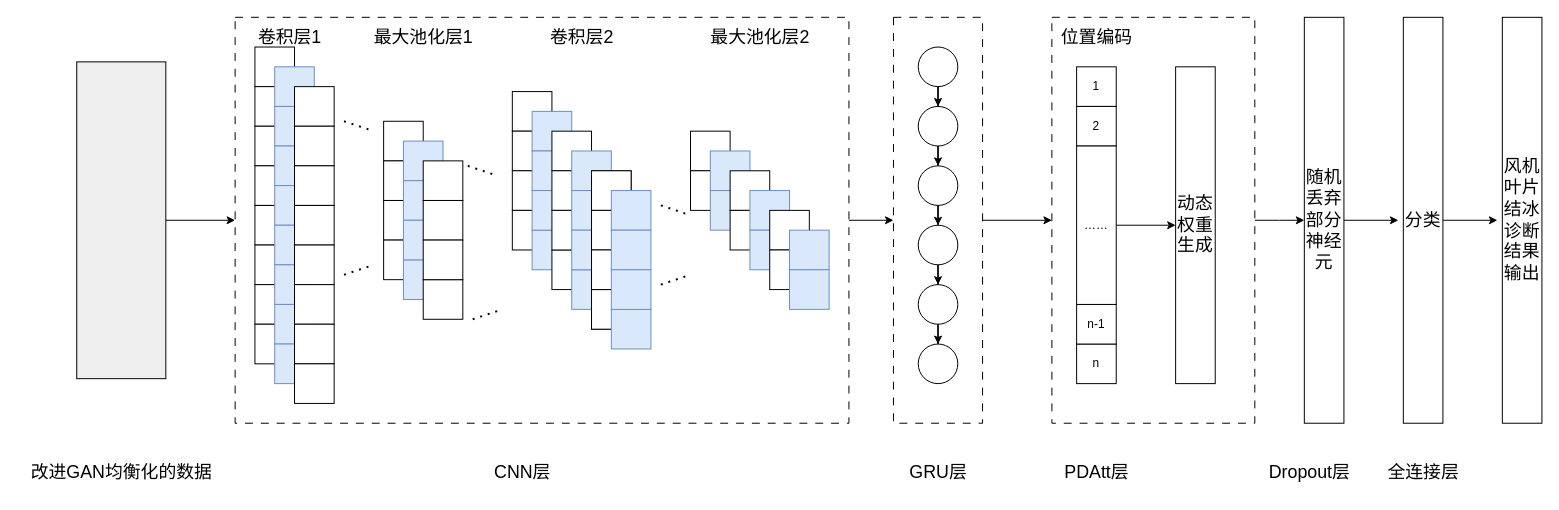
Above: CNN-GRU框架图 20250818.drawio in Abccccd/-2 (draw.io), before the change. Source tidied: cells renumbered, new cells numbered last; positions are measured from the earlier drawing's top-left corner, leaving out a move shared by most shapes. Both pictures are drawn from the tidied source at 99%, with x=0, y=0 at pixel (17, 17).
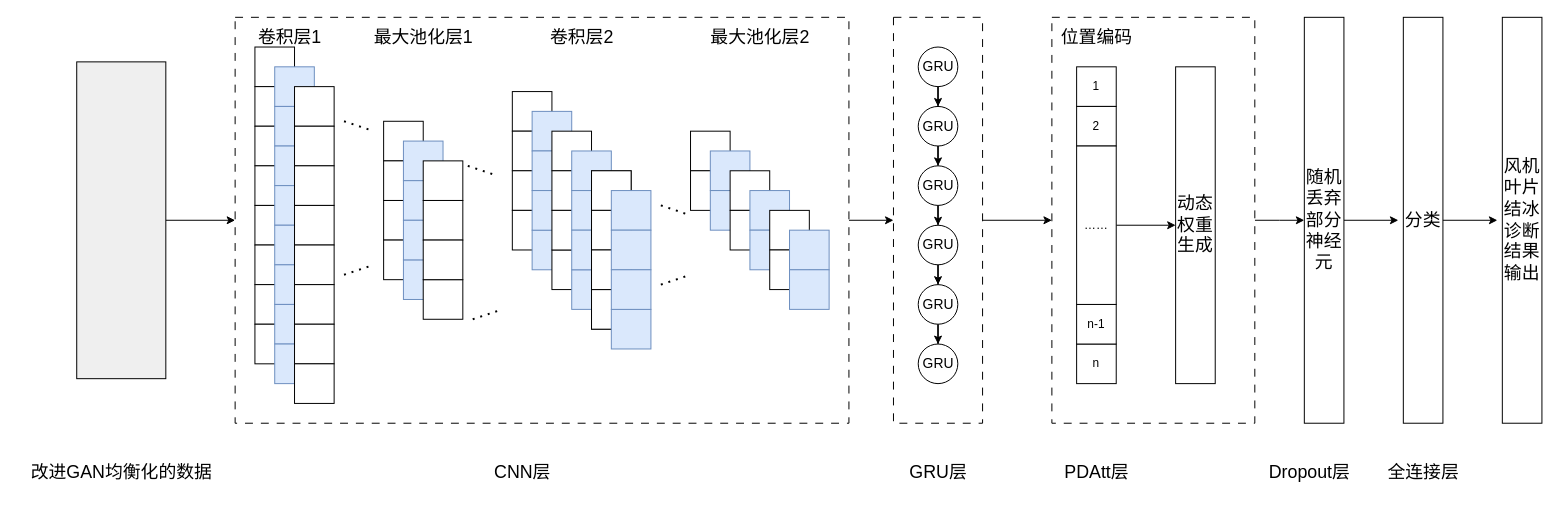
Above is the later version.

Commit message:
更新CNN-GRU框架图 20250818.drawio

What changed in the source:
```diff
@@
+    <mxCell id="130" value="&lt;font style=&quot;font-size: 14px;&quot;&gt;GRU&lt;/font&gt;" style="text;html=1;align=center;verticalAlign=middle;strokeColor=none;fillColor=none;" parent="1" vertex="1">
+      <mxGeometry x="905" y="35" width="50" height="30" as="geometry" />
+    </mxCell>
+    <mxCell id="131" value="&lt;font style=&quot;font-size: 14px;&quot;&gt;GRU&lt;/font&gt;" style="text;html=1;align=center;verticalAlign=middle;strokeColor=none;fillColor=none;" parent="1" vertex="1">
+      <mxGeometry x="905" y="95" width="50" height="30" as="geometry" />
+    </mxCell>
+    <mxCell id="132" value="&lt;font style=&quot;font-size: 14px;&quot;&gt;GRU&lt;/font&gt;" style="text;html=1;align=center;verticalAlign=middle;strokeColor=none;fillColor=none;" parent="1" vertex="1">
+      <mxGeometry x="905" y="155" width="50" height="30" as="geometry" />
+    </mxCell>
+    <mxCell id="133" value="&lt;font style=&quot;font-size: 14px;&quot;&gt;GRU&lt;/font&gt;" style="text;html=1;align=center;verticalAlign=middle;strokeColor=none;fillColor=none;" parent="1" vertex="1">
+      <mxGeometry x="905" y="215" width="50" height="30" as="geometry" />
+    </mxCell>
+    <mxCell id="134" value="&lt;font style=&quot;font-size: 14px;&quot;&gt;GRU&lt;/font&gt;" style="text;html=1;align=center;verticalAlign=middle;strokeColor=none;fillColor=none;" parent="1" vertex="1">
+      <mxGeometry x="905" y="275" width="50" height="30" as="geometry" />
+    </mxCell>
+    <mxCell id="135" value="&lt;font style=&quot;font-size: 14px;&quot;&gt;GRU&lt;/font&gt;" style="text;html=1;align=center;verticalAlign=middle;strokeColor=none;fillColor=none;" parent="1" vertex="1">
+      <mxGeometry x="905" y="335" width="50" height="30" as="geometry" />
+    </mxCell>
```
